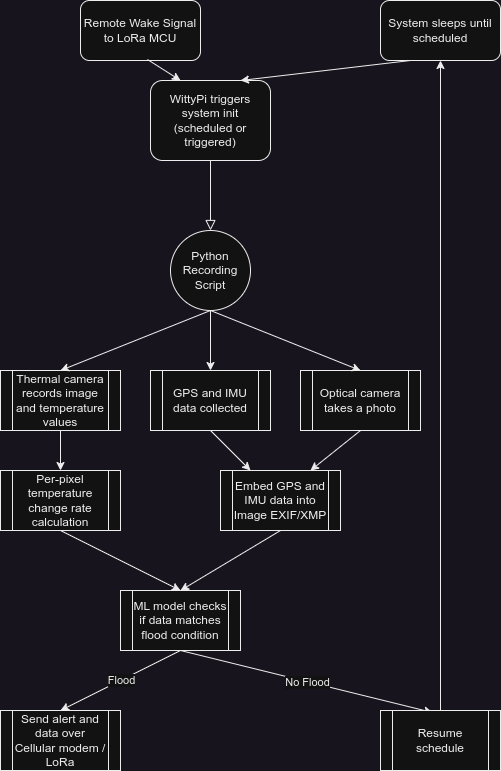
mandeeps/SU-WaterCam keeps this draw.io diagram as watercam_flow_chart.drawio.png. Above is the earlier version. Source tidied: cells renumbered, new cells last; positions are measured from the earlier drawing's top-left corner, leaving out a move shared by most shapes. Source of this version:
```xml
<mxGraphModel>
  <root>
    <mxCell id="0" />
    <mxCell id="1" parent="0" />
    <mxCell id="2" style="rounded=0;html=1;jettySize=auto;fontSize=11;endArrow=block;endFill=0;endSize=8;strokeWidth=1;shadow=0;labelBackgroundColor=none;edgeStyle=orthogonalEdgeStyle;entryX=0.5;entryY=0;entryDx=0;entryDy=0;" parent="1" edge="1" source="3" target="4">
      <mxGeometry relative="1" as="geometry" />
    </mxCell>
    <mxCell id="3" value="WittyPi triggers system init (scheduled or triggered)" style="rounded=1;whiteSpace=wrap;html=1;fontSize=12;glass=0;strokeWidth=1;shadow=0;" parent="1" vertex="1">
      <mxGeometry x="150" y="80" width="120" height="80" as="geometry" />
    </mxCell>
    <mxCell id="4" value="Python&lt;br&gt;Recording Script" style="ellipse;whiteSpace=wrap;html=1;" parent="1" vertex="1">
      <mxGeometry x="170" y="230" width="80" height="80" as="geometry" />
    </mxCell>
    <mxCell id="5" value="Optical camera takes a photo" style="shape=process;whiteSpace=wrap;html=1;backgroundOutline=1;" parent="1" vertex="1">
      <mxGeometry x="300" y="370" width="120" height="60" as="geometry" />
    </mxCell>
    <mxCell id="6" value="Thermal camera records image and temperature values" style="shape=process;whiteSpace=wrap;html=1;backgroundOutline=1;" parent="1" vertex="1">
      <mxGeometry y="370" width="120" height="60" as="geometry" />
    </mxCell>
    <mxCell id="7" value="GPS and IMU data collected" style="shape=process;whiteSpace=wrap;html=1;backgroundOutline=1;" parent="1" vertex="1">
      <mxGeometry x="150" y="370" width="120" height="60" as="geometry" />
    </mxCell>
    <mxCell id="8" style="endArrow=classic;html=1;rounded=0;entryX=0.25;entryY=0;entryDx=0;entryDy=0;" parent="1" edge="1" target="10">
      <mxGeometry relative="1" as="geometry">
        <mxPoint x="210" y="430" as="sourcePoint" />
      </mxGeometry>
    </mxCell>
    <mxCell id="9" style="endArrow=classic;html=1;rounded=0;exitX=0.5;exitY=1;exitDx=0;exitDy=0;entryX=0.75;entryY=0;entryDx=0;entryDy=0;" parent="1" edge="1" source="5" target="10">
      <mxGeometry relative="1" as="geometry" />
    </mxCell>
    <mxCell id="10" value="Embed GPS and IMU data into Image EXIF/XMP" style="shape=process;whiteSpace=wrap;html=1;backgroundOutline=1;" parent="1" vertex="1">
      <mxGeometry x="220" y="470" width="120" height="60" as="geometry" />
    </mxCell>
    <mxCell id="11" style="endArrow=classic;html=1;rounded=0;exitX=0.5;exitY=1;exitDx=0;exitDy=0;entryX=0.5;entryY=0;entryDx=0;entryDy=0;" parent="1" edge="1" source="4" target="5">
      <mxGeometry relative="1" as="geometry" />
    </mxCell>
    <mxCell id="12" value="ML model checks if data matches flood condition" style="shape=process;whiteSpace=wrap;html=1;backgroundOutline=1;" parent="1" vertex="1">
      <mxGeometry x="120" y="590" width="120" height="60" as="geometry" />
    </mxCell>
    <mxCell id="13" value="Send alert and data over Cellular modem / LoRa" style="shape=process;whiteSpace=wrap;html=1;backgroundOutline=1;" parent="1" vertex="1">
      <mxGeometry y="710" width="120" height="60" as="geometry" />
    </mxCell>
    <mxCell id="14" value="Remote Wake Signal to LoRa MCU" style="rounded=1;whiteSpace=wrap;html=1;" parent="1" vertex="1">
      <mxGeometry x="80" width="120" height="60" as="geometry" />
    </mxCell>
    <mxCell id="15" style="endArrow=classic;html=1;rounded=0;entryX=0.25;entryY=0;entryDx=0;entryDy=0;exitX=0.558;exitY=0.983;exitDx=0;exitDy=0;exitPerimeter=0;" parent="1" edge="1" source="14" target="3">
      <mxGeometry relative="1" as="geometry" />
    </mxCell>
    <mxCell id="16" style="endArrow=classic;html=1;rounded=0;exitX=0.5;exitY=1;exitDx=0;exitDy=0;entryX=0.5;entryY=0;entryDx=0;entryDy=0;" parent="1" edge="1" source="6" target="28">
      <mxGeometry relative="1" as="geometry" />
    </mxCell>
    <mxCell id="17" style="endArrow=classic;html=1;rounded=0;exitX=0.5;exitY=1;exitDx=0;exitDy=0;entryX=0.5;entryY=0;entryDx=0;entryDy=0;" parent="1" edge="1" source="10" target="12">
      <mxGeometry relative="1" as="geometry" />
    </mxCell>
    <mxCell id="18" style="endArrow=classic;html=1;rounded=0;exitX=0.5;exitY=1;exitDx=0;exitDy=0;entryX=0.5;entryY=0;entryDx=0;entryDy=0;" parent="1" edge="1" source="4" target="6">
      <mxGeometry relative="1" as="geometry" />
    </mxCell>
    <mxCell id="19" style="endArrow=classic;html=1;rounded=0;exitX=0.5;exitY=1;exitDx=0;exitDy=0;entryX=0.5;entryY=0;entryDx=0;entryDy=0;" parent="1" edge="1" source="4" target="7">
      <mxGeometry relative="1" as="geometry" />
    </mxCell>
    <mxCell id="20" style="endArrow=classic;html=1;rounded=0;entryX=0.5;entryY=0;entryDx=0;entryDy=0;exitX=0.5;exitY=1;exitDx=0;exitDy=0;" parent="1" edge="1" source="12" target="13">
      <mxGeometry relative="1" as="geometry" />
    </mxCell>
    <mxCell id="21" value="Flood" style="edgeLabel;html=1;align=center;verticalAlign=middle;" parent="20" vertex="1">
      <mxGeometry relative="1" as="geometry" />
    </mxCell>
    <mxCell id="22" style="endArrow=classic;html=1;rounded=0;exitX=0.5;exitY=1;exitDx=0;exitDy=0;entryX=0.433;entryY=0.033;entryDx=0;entryDy=0;entryPerimeter=0;" parent="1" edge="1" source="12" target="27">
      <mxGeometry relative="1" as="geometry" />
    </mxCell>
    <mxCell id="23" value="No Flood" style="edgeLabel;html=1;align=center;verticalAlign=middle;" parent="22" vertex="1">
      <mxGeometry relative="1" as="geometry" />
    </mxCell>
    <mxCell id="24" value="System sleeps until scheduled" style="rounded=1;whiteSpace=wrap;html=1;" parent="1" vertex="1">
      <mxGeometry x="380" width="120" height="60" as="geometry" />
    </mxCell>
    <mxCell id="25" style="endArrow=classic;html=1;rounded=0;entryX=0.5;entryY=1;entryDx=0;entryDy=0;exitX=0.5;exitY=0;exitDx=0;exitDy=0;" parent="1" edge="1" source="27" target="24">
      <mxGeometry relative="1" as="geometry" />
    </mxCell>
    <mxCell id="26" style="endArrow=classic;html=1;rounded=0;exitX=0.25;exitY=1;exitDx=0;exitDy=0;entryX=0.75;entryY=0;entryDx=0;entryDy=0;" parent="1" edge="1" source="24" target="3">
      <mxGeometry relative="1" as="geometry" />
    </mxCell>
    <mxCell id="27" value="Resume schedule" style="shape=process;whiteSpace=wrap;html=1;backgroundOutline=1;" parent="1" vertex="1">
      <mxGeometry x="380" y="710" width="120" height="60" as="geometry" />
    </mxCell>
    <mxCell id="28" value="Per-pixel temperature change rate calculation" style="shape=process;whiteSpace=wrap;html=1;backgroundOutline=1;" parent="1" vertex="1">
      <mxGeometry y="470" width="120" height="60" as="geometry" />
    </mxCell>
    <mxCell id="29" style="endArrow=classic;html=1;rounded=0;exitX=0.5;exitY=1;exitDx=0;exitDy=0;entryX=0.5;entryY=0;entryDx=0;entryDy=0;" parent="1" edge="1" source="28" target="12">
      <mxGeometry relative="1" as="geometry" />
    </mxCell>
  </root>
</mxGraphModel>
```
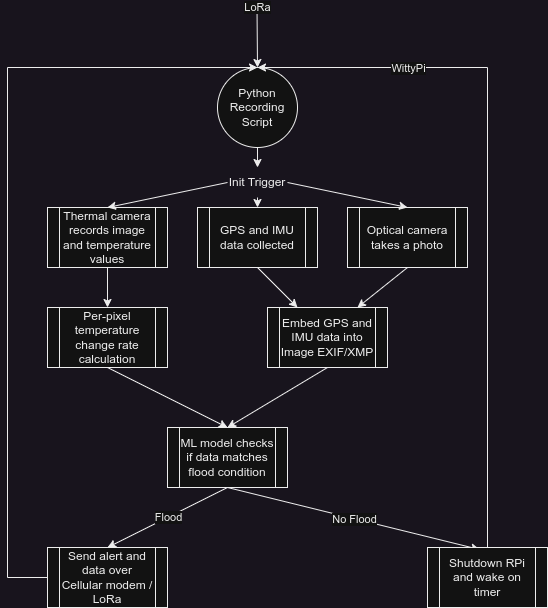
Later version of the same file.

Commit message:
Streamify'd exif function

Change to the diagram source:
```diff
@@ -2,12 +2,6 @@
   <root>
     <mxCell id="0" />
     <mxCell id="1" parent="0" />
-    <mxCell id="2" style="rounded=0;html=1;jettySize=auto;fontSize=11;endArrow=block;endFill=0;endSize=8;strokeWidth=1;shadow=0;labelBackgroundColor=none;edgeStyle=orthogonalEdgeStyle;entryX=0.5;entryY=0;entryDx=0;entryDy=0;" parent="1" edge="1" source="3" target="4">
-      <mxGeometry relative="1" as="geometry" />
-    </mxCell>
-    <mxCell id="3" value="WittyPi triggers system init (scheduled or triggered)" style="rounded=1;whiteSpace=wrap;html=1;fontSize=12;glass=0;strokeWidth=1;shadow=0;" parent="1" vertex="1">
-      <mxGeometry x="150" y="80" width="120" height="80" as="geometry" />
-    </mxCell>
     <mxCell id="4" value="Python&lt;br&gt;Recording Script" style="ellipse;whiteSpace=wrap;html=1;" parent="1" vertex="1">
       <mxGeometry x="170" y="230" width="80" height="80" as="geometry" />
     </mxCell>
@@ -31,7 +25,7 @@
     <mxCell id="10" value="Embed GPS and IMU data into Image EXIF/XMP" style="shape=process;whiteSpace=wrap;html=1;backgroundOutline=1;" parent="1" vertex="1">
       <mxGeometry x="220" y="470" width="120" height="60" as="geometry" />
     </mxCell>
-    <mxCell id="11" style="endArrow=classic;html=1;rounded=0;exitX=0.5;exitY=1;exitDx=0;exitDy=0;entryX=0.5;entryY=0;entryDx=0;entryDy=0;" parent="1" edge="1" source="4" target="5">
+    <mxCell id="11" style="endArrow=classic;html=1;rounded=0;exitX=1;exitY=0.5;exitDx=0;exitDy=0;entryX=0.5;entryY=0;entryDx=0;entryDy=0;" parent="1" edge="1" source="36" target="5">
       <mxGeometry relative="1" as="geometry" />
     </mxCell>
     <mxCell id="12" value="ML model checks if data matches flood condition" style="shape=process;whiteSpace=wrap;html=1;backgroundOutline=1;" parent="1" vertex="1">
@@ -40,22 +34,16 @@
     <mxCell id="13" value="Send alert and data over Cellular modem / LoRa" style="shape=process;whiteSpace=wrap;html=1;backgroundOutline=1;" parent="1" vertex="1">
       <mxGeometry y="710" width="120" height="60" as="geometry" />
     </mxCell>
-    <mxCell id="14" value="Remote Wake Signal to LoRa MCU" style="rounded=1;whiteSpace=wrap;html=1;" parent="1" vertex="1">
-      <mxGeometry x="80" width="120" height="60" as="geometry" />
-    </mxCell>
-    <mxCell id="15" style="endArrow=classic;html=1;rounded=0;entryX=0.25;entryY=0;entryDx=0;entryDy=0;exitX=0.558;exitY=0.983;exitDx=0;exitDy=0;exitPerimeter=0;" parent="1" edge="1" source="14" target="3">
-      <mxGeometry relative="1" as="geometry" />
-    </mxCell>
     <mxCell id="16" style="endArrow=classic;html=1;rounded=0;exitX=0.5;exitY=1;exitDx=0;exitDy=0;entryX=0.5;entryY=0;entryDx=0;entryDy=0;" parent="1" edge="1" source="6" target="28">
       <mxGeometry relative="1" as="geometry" />
     </mxCell>
     <mxCell id="17" style="endArrow=classic;html=1;rounded=0;exitX=0.5;exitY=1;exitDx=0;exitDy=0;entryX=0.5;entryY=0;entryDx=0;entryDy=0;" parent="1" edge="1" source="10" target="12">
       <mxGeometry relative="1" as="geometry" />
     </mxCell>
-    <mxCell id="18" style="endArrow=classic;html=1;rounded=0;exitX=0.5;exitY=1;exitDx=0;exitDy=0;entryX=0.5;entryY=0;entryDx=0;entryDy=0;" parent="1" edge="1" source="4" target="6">
+    <mxCell id="18" style="endArrow=classic;html=1;rounded=0;exitX=0;exitY=0.5;exitDx=0;exitDy=0;entryX=0.5;entryY=0;entryDx=0;entryDy=0;" parent="1" edge="1" source="36" target="6">
       <mxGeometry relative="1" as="geometry" />
     </mxCell>
-    <mxCell id="19" style="endArrow=classic;html=1;rounded=0;exitX=0.5;exitY=1;exitDx=0;exitDy=0;entryX=0.5;entryY=0;entryDx=0;entryDy=0;" parent="1" edge="1" source="4" target="7">
+    <mxCell id="19" style="endArrow=classic;html=1;rounded=0;exitX=0.5;exitY=1;exitDx=0;exitDy=0;entryX=0.5;entryY=0;entryDx=0;entryDy=0;" parent="1" edge="1" source="36" target="7">
       <mxGeometry relative="1" as="geometry" />
     </mxCell>
     <mxCell id="20" style="endArrow=classic;html=1;rounded=0;entryX=0.5;entryY=0;entryDx=0;entryDy=0;exitX=0.5;exitY=1;exitDx=0;exitDy=0;" parent="1" edge="1" source="12" target="13">
@@ -70,16 +58,7 @@
     <mxCell id="23" value="No Flood" style="edgeLabel;html=1;align=center;verticalAlign=middle;" parent="22" vertex="1">
       <mxGeometry relative="1" as="geometry" />
     </mxCell>
-    <mxCell id="24" value="System sleeps until scheduled" style="rounded=1;whiteSpace=wrap;html=1;" parent="1" vertex="1">
-      <mxGeometry x="380" width="120" height="60" as="geometry" />
-    </mxCell>
-    <mxCell id="25" style="endArrow=classic;html=1;rounded=0;entryX=0.5;entryY=1;entryDx=0;entryDy=0;exitX=0.5;exitY=0;exitDx=0;exitDy=0;" parent="1" edge="1" source="27" target="24">
-      <mxGeometry relative="1" as="geometry" />
-    </mxCell>
-    <mxCell id="26" style="endArrow=classic;html=1;rounded=0;exitX=0.25;exitY=1;exitDx=0;exitDy=0;entryX=0.75;entryY=0;entryDx=0;entryDy=0;" parent="1" edge="1" source="24" target="3">
-      <mxGeometry relative="1" as="geometry" />
-    </mxCell>
-    <mxCell id="27" value="Resume schedule" style="shape=process;whiteSpace=wrap;html=1;backgroundOutline=1;" parent="1" vertex="1">
+    <mxCell id="27" value="Shutdown RPi and wake on timer" style="shape=process;whiteSpace=wrap;html=1;backgroundOutline=1;" parent="1" vertex="1">
       <mxGeometry x="380" y="710" width="120" height="60" as="geometry" />
     </mxCell>
     <mxCell id="28" value="Per-pixel temperature change rate calculation" style="shape=process;whiteSpace=wrap;html=1;backgroundOutline=1;" parent="1" vertex="1">
@@ -88,5 +67,48 @@
     <mxCell id="29" style="endArrow=classic;html=1;rounded=0;exitX=0.5;exitY=1;exitDx=0;exitDy=0;entryX=0.5;entryY=0;entryDx=0;entryDy=0;" parent="1" edge="1" source="28" target="12">
       <mxGeometry relative="1" as="geometry" />
     </mxCell>
+    <mxCell id="30" style="endArrow=classic;html=1;rounded=0;exitX=0;exitY=0.5;exitDx=0;exitDy=0;" parent="1" edge="1" source="13">
+      <mxGeometry relative="1" as="geometry">
+        <mxPoint x="210" y="230" as="targetPoint" />
+        <Array as="points">
+          <mxPoint x="-40" y="740" />
+          <mxPoint x="-40" y="230" />
+        </Array>
+      </mxGeometry>
+    </mxCell>
+    <mxCell id="31" style="endArrow=classic;html=1;rounded=0;entryX=0.25;entryY=0;entryDx=0;entryDy=0;" parent="1" edge="1">
+      <mxGeometry relative="1" as="geometry">
+        <mxPoint x="80" y="170" as="sourcePoint" />
+        <mxPoint x="80" y="170" as="targetPoint" />
+      </mxGeometry>
+    </mxCell>
+    <mxCell id="32" style="endArrow=classic;html=1;rounded=0;exitX=0.5;exitY=0;exitDx=0;exitDy=0;entryX=0.5;entryY=0;entryDx=0;entryDy=0;" parent="1" edge="1" source="27" target="4">
+      <mxGeometry relative="1" as="geometry">
+        <Array as="points">
+          <mxPoint x="440" y="230" />
+        </Array>
+      </mxGeometry>
+    </mxCell>
+    <mxCell id="33" value="WittyPi" style="edgeLabel;html=1;align=center;verticalAlign=middle;" parent="32" vertex="1">
+      <mxGeometry relative="1" as="geometry">
+        <mxPoint x="-80" y="-125" as="offset" />
+      </mxGeometry>
+    </mxCell>
+    <mxCell id="34" style="endArrow=classic;html=1;rounded=0;entryX=0.5;entryY=0;entryDx=0;entryDy=0;" parent="1" edge="1" target="4">
+      <mxGeometry relative="1" as="geometry">
+        <mxPoint x="209.5" y="170" as="sourcePoint" />
+      </mxGeometry>
+    </mxCell>
+    <mxCell id="35" value="LoRa" style="edgeLabel;html=1;align=center;verticalAlign=middle;" parent="34" vertex="1">
+      <mxGeometry relative="1" as="geometry">
+        <mxPoint y="-30" as="offset" />
+      </mxGeometry>
+    </mxCell>
+    <mxCell id="36" value="Init Trigger" style="text;html=1;strokeColor=none;fillColor=none;align=center;verticalAlign=middle;whiteSpace=wrap;rounded=0;" parent="1" vertex="1">
+      <mxGeometry x="180" y="330" width="60" height="30" as="geometry" />
+    </mxCell>
+    <mxCell id="37" style="endArrow=classic;html=1;rounded=0;exitX=0.5;exitY=1;exitDx=0;exitDy=0;entryX=0.5;entryY=0;entryDx=0;entryDy=0;" parent="1" edge="1" source="4" target="36">
+      <mxGeometry relative="1" as="geometry" />
+    </mxCell>
   </root>
 </mxGraphModel>
```
